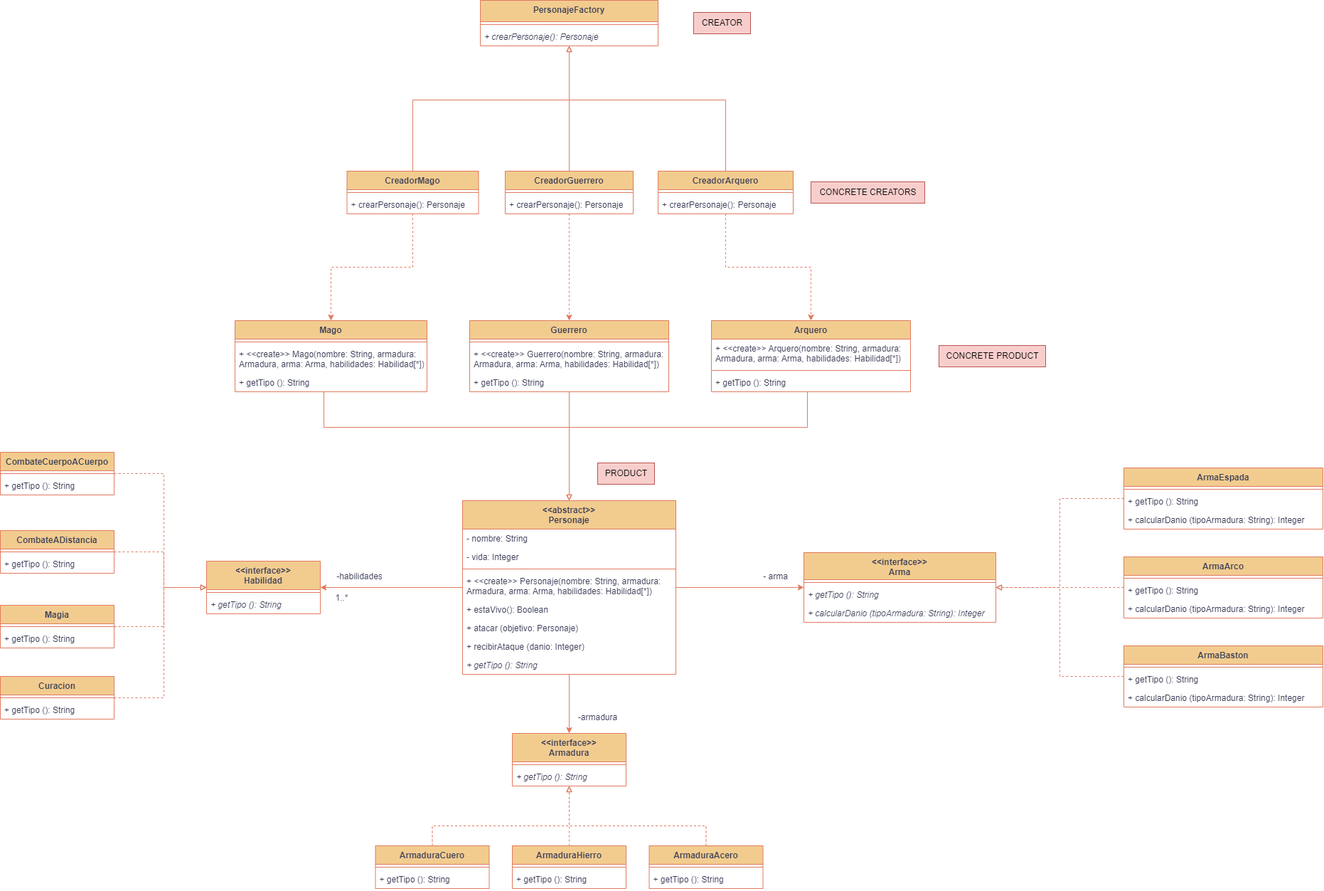
agusrnfr/OO2 keeps this draw.io diagram as PRACTICAS/UML/Punto19-UML.png. Above is the earlier version. Source tidied: cells renumbered, new cells last; positions are measured from the earlier drawing's top-left corner, leaving out a move shared by most shapes.
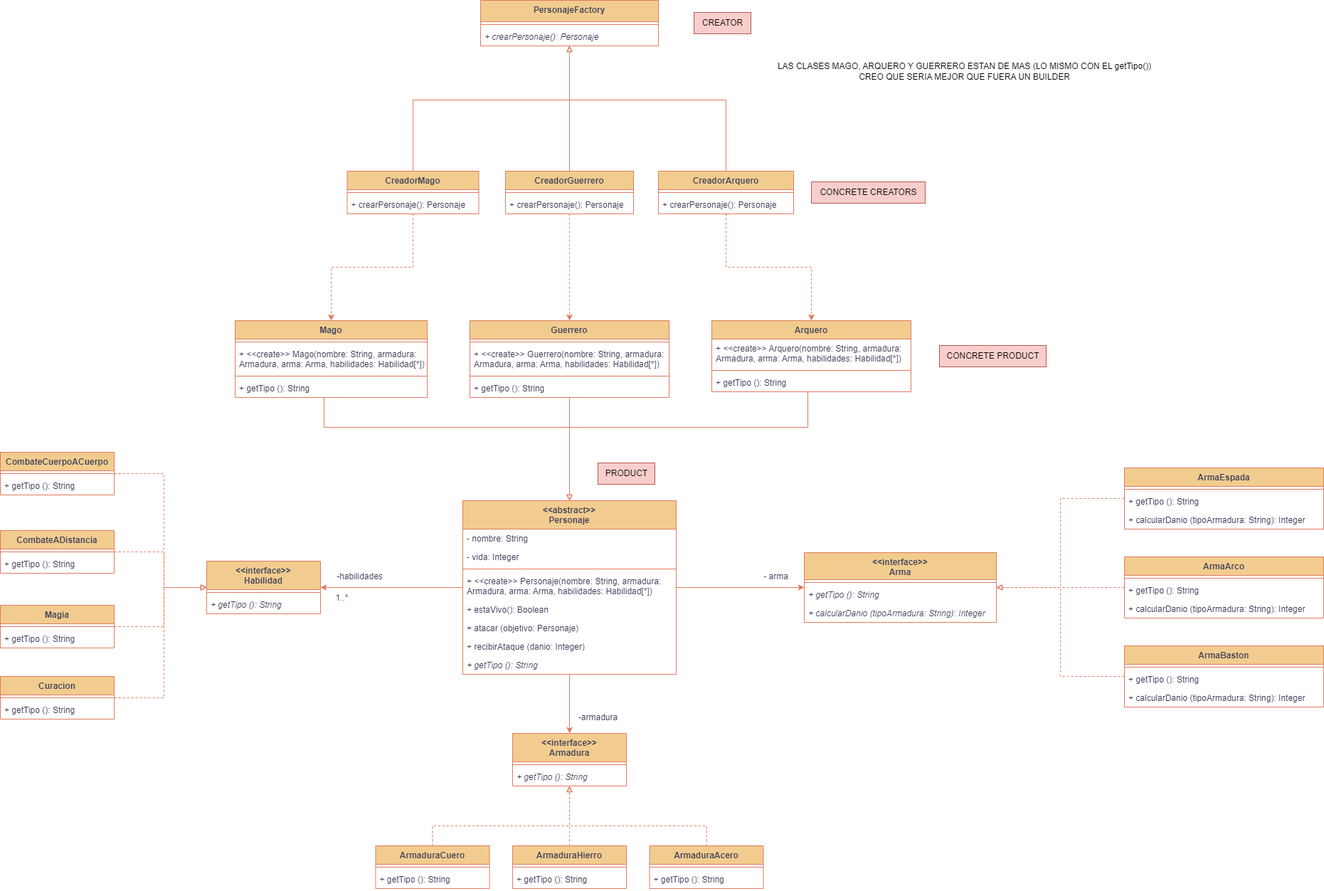
After the change.

Change to the diagram source:
```diff
@@ -56,7 +56,7 @@
       </mxGeometry>
     </mxCell>
     <mxCell id="18" value="Mago" style="swimlane;fontStyle=1;align=center;verticalAlign=top;horizontal=1;startSize=26;labelBackgroundColor=none;fillColor=#F2CC8F;strokeColor=#E07A5F;fontColor=#393C56;" parent="1" vertex="1">
-      <mxGeometry x="330" y="450" width="270" height="100" as="geometry" />
+      <mxGeometry x="330" y="450" width="270" height="108" as="geometry" />
     </mxCell>
     <mxCell id="19" style="line;strokeWidth=1;fillColor=none;align=left;verticalAlign=middle;spacingTop=-1;spacingLeft=3;spacingRight=3;labelPosition=right;strokeColor=#E07A5F;labelBackgroundColor=none;fontColor=#393C56;" parent="18" vertex="1">
       <mxGeometry y="26" width="270" height="8" as="geometry" />
@@ -64,14 +64,17 @@
     <mxCell id="20" value="+ &lt;&lt;create&gt;&gt; Mago(nombre: String, armadura: &#10;Armadura, arma: Arma, habilidades: Habilidad[*])" style="text;strokeColor=none;fillColor=none;align=left;verticalAlign=top;spacingLeft=4;spacingRight=4;overflow=hidden;fontStyle=0;labelBackgroundColor=none;fontColor=#393C56;" parent="18" vertex="1">
       <mxGeometry y="34" width="270" height="40" as="geometry" />
     </mxCell>
+    <mxCell id="108" style="line;strokeWidth=1;fillColor=none;align=left;verticalAlign=middle;spacingTop=-1;spacingLeft=3;spacingRight=3;labelPosition=right;strokeColor=#E07A5F;labelBackgroundColor=none;fontColor=#393C56;" parent="18" vertex="1">
+      <mxGeometry y="74" width="270" height="8" as="geometry" />
+    </mxCell>
     <mxCell id="21" value="+ getTipo (): String" style="text;strokeColor=none;fillColor=none;align=left;verticalAlign=top;spacingLeft=4;spacingRight=4;overflow=hidden;fontStyle=0;labelBackgroundColor=none;fontColor=#393C56;" parent="18" vertex="1">
-      <mxGeometry y="74" width="270" height="26" as="geometry" />
+      <mxGeometry y="82" width="270" height="26" as="geometry" />
     </mxCell>
     <mxCell id="22" style="edgeStyle=orthogonalEdgeStyle;rounded=0;jettySize=auto;html=1;endArrow=block;endFill=0;labelBackgroundColor=none;strokeColor=#E07A5F;fontColor=default;" parent="1" edge="1" source="23" target="8">
       <mxGeometry relative="1" as="geometry" />
     </mxCell>
     <mxCell id="23" value="Guerrero" style="swimlane;fontStyle=1;align=center;verticalAlign=top;horizontal=1;startSize=26;labelBackgroundColor=none;fillColor=#F2CC8F;strokeColor=#E07A5F;fontColor=#393C56;" parent="1" vertex="1">
-      <mxGeometry x="660" y="450" width="280" height="100" as="geometry" />
+      <mxGeometry x="660" y="450" width="280" height="108" as="geometry" />
     </mxCell>
     <mxCell id="24" style="line;strokeWidth=1;fillColor=none;align=left;verticalAlign=middle;spacingTop=-1;spacingLeft=3;spacingRight=3;labelPosition=right;strokeColor=#E07A5F;labelBackgroundColor=none;fontColor=#393C56;" parent="23" vertex="1">
       <mxGeometry y="26" width="280" height="8" as="geometry" />
@@ -79,8 +82,11 @@
     <mxCell id="25" value="+ &lt;&lt;create&gt;&gt; Guerrero(nombre: String, armadura: &#10;Armadura, arma: Arma, habilidades: Habilidad[*])" style="text;strokeColor=none;fillColor=none;align=left;verticalAlign=top;spacingLeft=4;spacingRight=4;overflow=hidden;fontStyle=0;labelBackgroundColor=none;fontColor=#393C56;" parent="23" vertex="1">
       <mxGeometry y="34" width="280" height="40" as="geometry" />
     </mxCell>
+    <mxCell id="109" style="line;strokeWidth=1;fillColor=none;align=left;verticalAlign=middle;spacingTop=-1;spacingLeft=3;spacingRight=3;labelPosition=right;strokeColor=#E07A5F;labelBackgroundColor=none;fontColor=#393C56;" parent="23" vertex="1">
+      <mxGeometry y="74" width="280" height="8" as="geometry" />
+    </mxCell>
     <mxCell id="26" value="+ getTipo (): String" style="text;strokeColor=none;fillColor=none;align=left;verticalAlign=top;spacingLeft=4;spacingRight=4;overflow=hidden;fontStyle=0;labelBackgroundColor=none;fontColor=#393C56;" parent="23" vertex="1">
-      <mxGeometry y="74" width="280" height="26" as="geometry" />
+      <mxGeometry y="82" width="280" height="26" as="geometry" />
     </mxCell>
     <mxCell id="27" style="edgeStyle=orthogonalEdgeStyle;rounded=0;jettySize=auto;html=1;entryX=0.5;entryY=0;entryDx=0;entryDy=0;endArrow=block;endFill=0;labelBackgroundColor=none;strokeColor=#E07A5F;fontColor=default;" parent="1" edge="1" source="28" target="8">
       <mxGeometry relative="1" as="geometry">
@@ -380,5 +386,8 @@
     <mxCell id="107" value="PRODUCT" style="text;html=1;align=center;verticalAlign=middle;strokeColor=#b85450;fillColor=#f8cecc;" parent="1" vertex="1">
       <mxGeometry x="840" y="650" width="80" height="30" as="geometry" />
     </mxCell>
+    <mxCell id="110" value="LAS CLASES MAGO, ARQUERO Y GUERRERO ESTAN DE MAS (LO MISMO CON EL getTipo())&lt;br&gt;CREO QUE SERIA MEJOR QUE FUERA UN BUILDER" style="text;html=1;align=center;verticalAlign=middle;strokeColor=none;fillColor=none;" parent="1" vertex="1">
+      <mxGeometry x="1080" y="80" width="550" height="40" as="geometry" />
+    </mxCell>
   </root>
 </mxGraphModel>
```
